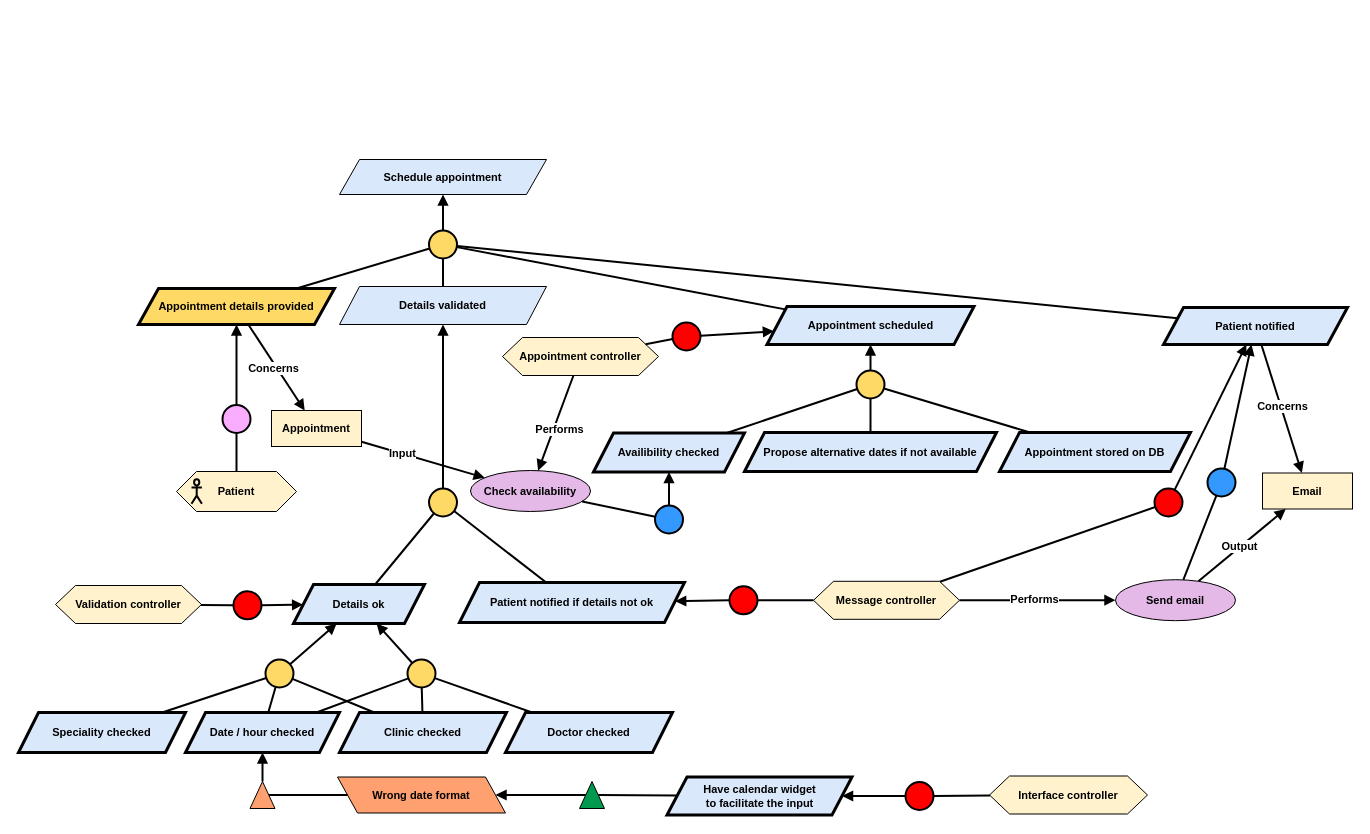
Earlier version of the draw.io diagram Kaos/KAOS 3.drawio (RafaelCMira/myclinic-msp-project). Source tidied: cells renumbered, new cells numbered last; positions are measured from the earlier drawing's top-left corner, leaving out a move shared by most shapes. Both pictures are drawn from the tidied source at 100%, with x=0, y=0 at pixel (18, 159).
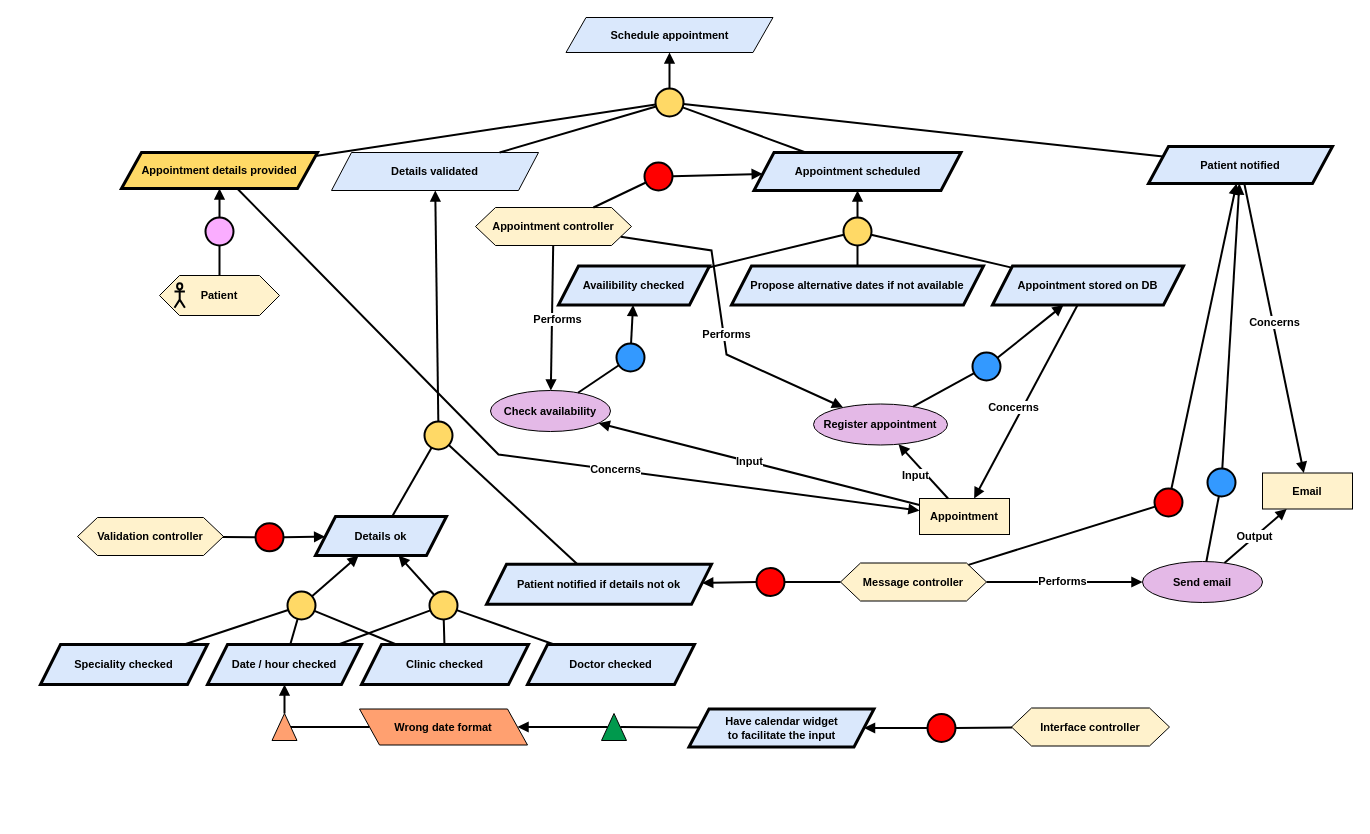
After the change.

Unchanged cells that the change refers to:
```xml
<mxCell id="69" style="endArrow=block;html=1;rounded=0;endFill=1;strokeWidth=2;" parent="1" edge="1" source="54" target="68">
  <mxGeometry relative="1" as="geometry" />
</mxCell>
<mxCell id="72" style="endArrow=block;html=1;rounded=0;endFill=1;strokeWidth=2;" parent="1" edge="1" source="71" target="68">
  <mxGeometry relative="1" as="geometry" />
</mxCell>
```

What changed in the source:
```diff
@@
     <mxCell id="2" value="Wrong date format" style="shape=parallelogram;perimeter=parallelogramPerimeter;whiteSpace=wrap;html=1;fixedSize=1;fillColor=#FFA070;fontStyle=1;fontFamily=Helvetica;fontSize=11;fontColor=default;labelBackgroundColor=none;flipH=1;flipV=0;" parent="1" vertex="1">
-      <mxGeometry x="319" y="617.5" width="168" height="36" as="geometry" />
+      <mxGeometry x="341" y="549.5" width="168" height="36" as="geometry" />
     </mxCell>
     <mxCell id="3" value="&lt;b&gt;Have calendar widget&lt;br&gt;to facilitate the input&lt;/b&gt;" style="shape=parallelogram;perimeter=parallelogramPerimeter;whiteSpace=wrap;html=1;fixedSize=1;fillColor=#dae8fc;strokeColor=#000000;fontFamily=Helvetica;fontSize=11;fontColor=default;labelBackgroundColor=none;strokeWidth=3;" parent="1" vertex="1">
-      <mxGeometry x="648.5" y="617.5" width="185" height="38" as="geometry" />
+      <mxGeometry x="670.5" y="549.5" width="185" height="38" as="geometry" />
     </mxCell>
     <mxCell id="4" value="&lt;div&gt;&lt;b&gt;Interface controller&lt;/b&gt;&lt;/div&gt;" style="shape=hexagon;perimeter=hexagonPerimeter2;whiteSpace=wrap;html=1;fixedSize=1;fillColor=#FFF2CC;fontFamily=Helvetica;fontSize=11;fontColor=default;labelBackgroundColor=none;" parent="1" vertex="1">
-      <mxGeometry x="971" y="616.5" width="158" height="38" as="geometry" />
+      <mxGeometry x="993" y="548.5" width="158" height="38" as="geometry" />
     </mxCell>
     <mxCell id="5" style="ellipse;whiteSpace=wrap;html=1;fillColor=#FF0000;strokeWidth=2;" parent="1" vertex="1">
-      <mxGeometry x="887" y="622.5" width="28" height="28" as="geometry" />
+      <mxGeometry x="909" y="554.5" width="28" height="28" as="geometry" />
     </mxCell>
@@
     <mxCell id="10" style="triangle;whiteSpace=wrap;html=1;rotation=-90;fillColor=#00994D;" parent="1" vertex="1">
-      <mxGeometry x="560" y="623" width="27" height="25" as="geometry" />
+      <mxGeometry x="582" y="555" width="27" height="25" as="geometry" />
     </mxCell>
     <mxCell id="11" value="&lt;b&gt;Schedule appointment&lt;/b&gt;" style="shape=parallelogram;perimeter=parallelogramPerimeter;whiteSpace=wrap;html=1;fixedSize=1;fillColor=#dae8fc;strokeColor=#000000;fontFamily=Helvetica;fontSize=11;fontColor=default;labelBackgroundColor=none;" parent="1" vertex="1">
-      <mxGeometry x="321" width="207" height="35" as="geometry" />
+      <mxGeometry x="547.5" y="-142" width="207" height="35" as="geometry" />
     </mxCell>
     <mxCell id="12" style="ellipse;whiteSpace=wrap;html=1;fillColor=#FFD966;strokeWidth=2;" parent="1" vertex="1">
-      <mxGeometry x="410.5" y="71" width="28" height="28" as="geometry" />
+      <mxGeometry x="637" y="-71" width="28" height="28" as="geometry" />
     </mxCell>
@@
     <mxCell id="15" value="&lt;b&gt;Appointment details provided&lt;/b&gt;" style="shape=parallelogram;perimeter=parallelogramPerimeter;whiteSpace=wrap;html=1;fixedSize=1;fillColor=#FFD966;strokeColor=#000000;strokeWidth=3;fontFamily=Helvetica;fontSize=11;fontColor=default;labelBackgroundColor=none;" parent="1" vertex="1">
-      <mxGeometry x="120" y="129" width="196" height="36" as="geometry" />
+      <mxGeometry x="103" y="-7" width="196" height="36" as="geometry" />
     </mxCell>
     <mxCell id="16" value="&lt;b&gt;Details validated&lt;/b&gt;" style="shape=parallelogram;perimeter=parallelogramPerimeter;whiteSpace=wrap;html=1;fixedSize=1;fillColor=#dae8fc;strokeColor=#000000;fontFamily=Helvetica;fontSize=11;fontColor=default;labelBackgroundColor=none;" parent="1" vertex="1">
-      <mxGeometry x="321" y="127" width="207" height="38" as="geometry" />
+      <mxGeometry x="313" y="-7" width="207" height="38" as="geometry" />
     </mxCell>
     <mxCell id="17" style="ellipse;whiteSpace=wrap;html=1;fillColor=#FAADFF;strokeWidth=2;fontFamily=Helvetica;fontSize=11;fontColor=default;labelBackgroundColor=default;" parent="1" vertex="1">
-      <mxGeometry x="204" y="245.5" width="28" height="28" as="geometry" />
+      <mxGeometry x="187" y="58" width="28" height="28" as="geometry" />
     </mxCell>
@@
     <mxCell id="20" style="group;" parent="1" vertex="1">
-      <mxGeometry x="158" y="312" width="120" height="40" as="geometry" />
+      <mxGeometry x="141" y="116" width="120" height="40" as="geometry" />
     </mxCell>
@@
     <mxCell id="23" value="&lt;b&gt;Details ok&lt;/b&gt;" style="shape=parallelogram;perimeter=parallelogramPerimeter;whiteSpace=wrap;html=1;fixedSize=1;fillColor=#dae8fc;strokeColor=#000000;strokeWidth=3;fontFamily=Helvetica;fontSize=11;fontColor=default;labelBackgroundColor=none;" parent="1" vertex="1">
-      <mxGeometry x="275" y="425" width="131" height="39" as="geometry" />
+      <mxGeometry x="297" y="357" width="131" height="39" as="geometry" />
     </mxCell>
     <mxCell id="24" value="&lt;div&gt;&lt;b&gt;Validation controller&lt;/b&gt;&lt;/div&gt;" style="shape=hexagon;perimeter=hexagonPerimeter2;whiteSpace=wrap;html=1;fixedSize=1;fillColor=#FFF2CC;fontFamily=Helvetica;fontSize=11;fontColor=default;labelBackgroundColor=none;" parent="1" vertex="1">
-      <mxGeometry x="37" y="426" width="146" height="38" as="geometry" />
+      <mxGeometry x="59" y="358" width="146" height="38" as="geometry" />
     </mxCell>
     <mxCell id="25" style="ellipse;whiteSpace=wrap;html=1;fillColor=#FF0000;strokeWidth=2;" parent="1" vertex="1">
-      <mxGeometry x="215" y="431.8" width="28" height="28" as="geometry" />
+      <mxGeometry x="237" y="363.8" width="28" height="28" as="geometry" />
     </mxCell>
@@
     <mxCell id="28" value="&lt;b&gt;Patient notified if details not ok&lt;/b&gt;" style="shape=parallelogram;perimeter=parallelogramPerimeter;whiteSpace=wrap;html=1;fixedSize=1;fillColor=#dae8fc;strokeColor=#000000;strokeWidth=3;fontFamily=Helvetica;fontSize=11;fontColor=default;labelBackgroundColor=none;" parent="1" vertex="1">
-      <mxGeometry x="441" y="423" width="225" height="40" as="geometry" />
+      <mxGeometry x="468" y="404.8" width="225" height="40" as="geometry" />
     </mxCell>
     <mxCell id="29" style="ellipse;whiteSpace=wrap;html=1;fillColor=#FFD966;strokeWidth=2;" parent="1" vertex="1">
-      <mxGeometry x="410.5" y="329" width="28" height="28" as="geometry" />
+      <mxGeometry x="406" y="262" width="28" height="28" as="geometry" />
     </mxCell>
@@
     <mxCell id="33" value="&lt;b&gt;Date / hour checked&lt;/b&gt;" style="shape=parallelogram;perimeter=parallelogramPerimeter;whiteSpace=wrap;html=1;fixedSize=1;fillColor=#dae8fc;strokeColor=#000000;fontFamily=Helvetica;fontSize=11;fontColor=default;labelBackgroundColor=none;strokeWidth=3;" parent="1" vertex="1">
-      <mxGeometry x="167" y="553" width="154" height="40" as="geometry" />
+      <mxGeometry x="189" y="485" width="154" height="40" as="geometry" />
     </mxCell>
     <mxCell id="34" value="&lt;b&gt;Speciality checked&lt;/b&gt;" style="shape=parallelogram;perimeter=parallelogramPerimeter;whiteSpace=wrap;html=1;fixedSize=1;fillColor=#dae8fc;strokeColor=#000000;fontFamily=Helvetica;fontSize=11;fontColor=default;labelBackgroundColor=none;strokeWidth=3;" parent="1" vertex="1">
-      <mxGeometry y="553" width="167" height="40" as="geometry" />
+      <mxGeometry x="22" y="485" width="167" height="40" as="geometry" />
     </mxCell>
     <mxCell id="35" value="&lt;b&gt;Doctor checked&lt;/b&gt;" style="shape=parallelogram;perimeter=parallelogramPerimeter;whiteSpace=wrap;html=1;fixedSize=1;fillColor=#dae8fc;strokeColor=#000000;fontFamily=Helvetica;fontSize=11;fontColor=default;labelBackgroundColor=none;strokeWidth=3;" parent="1" vertex="1">
-      <mxGeometry x="487" y="553" width="167" height="40" as="geometry" />
+      <mxGeometry x="509" y="485" width="167" height="40" as="geometry" />
     </mxCell>
     <mxCell id="36" style="ellipse;whiteSpace=wrap;html=1;fillColor=#FFD966;strokeWidth=2;" parent="1" vertex="1">
-      <mxGeometry x="247" y="500" width="28" height="28" as="geometry" />
+      <mxGeometry x="269" y="432" width="28" height="28" as="geometry" />
     </mxCell>
@@
     <mxCell id="39" style="ellipse;whiteSpace=wrap;html=1;fillColor=#FFD966;strokeWidth=2;" parent="1" vertex="1">
-      <mxGeometry x="389" y="500" width="28" height="28" as="geometry" />
+      <mxGeometry x="411" y="432" width="28" height="28" as="geometry" />
     </mxCell>
@@
     <mxCell id="44" value="&lt;div&gt;&lt;b&gt;Message controller&lt;/b&gt;&lt;/div&gt;" style="shape=hexagon;perimeter=hexagonPerimeter2;whiteSpace=wrap;html=1;fixedSize=1;fillColor=#FFF2CC;fontFamily=Helvetica;fontSize=11;fontColor=default;labelBackgroundColor=none;" parent="1" vertex="1">
-      <mxGeometry x="795" y="421.8" width="146" height="38" as="geometry" />
+      <mxGeometry x="822" y="403.5" width="146" height="38" as="geometry" />
     </mxCell>
     <mxCell id="45" style="ellipse;whiteSpace=wrap;html=1;fillColor=#FF0000;strokeWidth=2;" parent="1" vertex="1">
-      <mxGeometry x="711" y="426.8" width="28" height="28" as="geometry" />
+      <mxGeometry x="738" y="408.5" width="28" height="28" as="geometry" />
     </mxCell>
@@
     <mxCell id="49" value="&lt;b&gt;Appointment scheduled&lt;/b&gt;" style="shape=parallelogram;perimeter=parallelogramPerimeter;whiteSpace=wrap;html=1;fixedSize=1;fillColor=#dae8fc;strokeColor=#000000;fontFamily=Helvetica;fontSize=11;fontColor=default;labelBackgroundColor=none;strokeWidth=3;" parent="1" vertex="1">
-      <mxGeometry x="748.5" y="147" width="207" height="38" as="geometry" />
+      <mxGeometry x="735.5" y="-7" width="207" height="38" as="geometry" />
     </mxCell>
     <mxCell id="50" value="&lt;b&gt;Availibility checked&lt;/b&gt;" style="shape=parallelogram;perimeter=parallelogramPerimeter;whiteSpace=wrap;html=1;fixedSize=1;fillColor=#dae8fc;strokeColor=#000000;strokeWidth=3;fontFamily=Helvetica;fontSize=11;fontColor=default;labelBackgroundColor=none;" parent="1" vertex="1">
-      <mxGeometry x="575" y="273.5" width="151" height="39" as="geometry" />
+      <mxGeometry x="540" y="106.5" width="151" height="39" as="geometry" />
     </mxCell>
     <mxCell id="51" style="ellipse;whiteSpace=wrap;html=1;fillColor=#FFD966;strokeWidth=2;" parent="1" vertex="1">
-      <mxGeometry x="838" y="211" width="28" height="28" as="geometry" />
+      <mxGeometry x="825" y="58" width="28" height="28" as="geometry" />
     </mxCell>
@@
     <mxCell id="54" value="&lt;div&gt;&lt;b&gt;Appointment controller&lt;/b&gt;&lt;/div&gt;" style="shape=hexagon;perimeter=hexagonPerimeter2;whiteSpace=wrap;html=1;fixedSize=1;fillColor=#FFF2CC;fontFamily=Helvetica;fontSize=11;fontColor=default;labelBackgroundColor=none;" parent="1" vertex="1">
-      <mxGeometry x="484" y="178" width="156" height="38" as="geometry" />
+      <mxGeometry x="457" y="48" width="156" height="38" as="geometry" />
     </mxCell>
     <mxCell id="55" value="&lt;b&gt;Appointment stored on DB&lt;/b&gt;" style="shape=parallelogram;perimeter=parallelogramPerimeter;whiteSpace=wrap;html=1;fixedSize=1;fillColor=#dae8fc;strokeColor=#000000;strokeWidth=3;fontFamily=Helvetica;fontSize=11;fontColor=default;labelBackgroundColor=none;" parent="1" vertex="1">
-      <mxGeometry x="981" y="273" width="191" height="39" as="geometry" />
+      <mxGeometry x="974" y="106.5" width="191" height="39" as="geometry" />
     </mxCell>
@@
     <mxCell id="57" value="&lt;b&gt;Patient notified&lt;/b&gt;" style="shape=parallelogram;perimeter=parallelogramPerimeter;whiteSpace=wrap;html=1;fixedSize=1;fillColor=#dae8fc;strokeColor=#000000;strokeWidth=3;fontFamily=Helvetica;fontSize=11;fontColor=default;labelBackgroundColor=none;" parent="1" vertex="1">
-      <mxGeometry x="1145" y="148" width="184" height="37" as="geometry" />
+      <mxGeometry x="1130" y="-13" width="184" height="37" as="geometry" />
     </mxCell>
@@
     <mxCell id="60" value="&lt;b&gt;Propose alternative dates if not available&lt;/b&gt;" style="shape=parallelogram;perimeter=parallelogramPerimeter;whiteSpace=wrap;html=1;fixedSize=1;fillColor=#dae8fc;strokeColor=#000000;strokeWidth=3;fontFamily=Helvetica;fontSize=11;fontColor=default;labelBackgroundColor=none;" parent="1" vertex="1">
-      <mxGeometry x="726" y="273" width="252" height="39" as="geometry" />
+      <mxGeometry x="713" y="106.5" width="252" height="39" as="geometry" />
     </mxCell>
@@
     <mxCell id="65" style="ellipse;whiteSpace=wrap;html=1;fillColor=#FF0000;strokeWidth=2;" parent="1" vertex="1">
-      <mxGeometry x="654" y="163" width="28" height="28" as="geometry" />
+      <mxGeometry x="626" y="3" width="28" height="28" as="geometry" />
     </mxCell>
@@
     <mxCell id="68" value="&lt;b&gt;Check availability&lt;/b&gt;" style="ellipse;whiteSpace=wrap;html=1;fillColor=#E4B9E7;strokeColor=#000000;fontFamily=Helvetica;fontSize=11;fontColor=default;labelBackgroundColor=none;" parent="1" vertex="1">
-      <mxGeometry x="452" y="311" width="120" height="41" as="geometry" />
+      <mxGeometry x="472" y="231" width="120" height="41" as="geometry" />
     </mxCell>
@@
     <mxCell id="70" value="&lt;b&gt;Performs&lt;/b&gt;" style="edgeLabel;html=1;align=center;verticalAlign=middle;" parent="69" vertex="1">
       <mxGeometry x="0.11" y="-1" relative="1" as="geometry">
-        <mxPoint x="6" y="1" as="offset" />
+        <mxPoint x="6" y="-6" as="offset" />
       </mxGeometry>
     </mxCell>
     <mxCell id="71" value="&lt;b&gt;Appointment&lt;/b&gt;" style="rounded=0;whiteSpace=wrap;html=1;fillColor=#FFF2CC;fontFamily=Helvetica;fontSize=11;fontColor=default;labelBackgroundColor=none;" parent="1" vertex="1">
-      <mxGeometry x="253" y="251" width="90" height="36" as="geometry" />
+      <mxGeometry x="901" y="339" width="90" height="36" as="geometry" />
     </mxCell>
@@
     <mxCell id="73" value="&lt;b&gt;Input&lt;/b&gt;" style="edgeLabel;html=1;align=center;verticalAlign=middle;" parent="72" vertex="1">
       <mxGeometry x="0.11" y="-1" relative="1" as="geometry">
-        <mxPoint x="-27" y="-10" as="offset" />
+        <mxPoint x="8" y="2" as="offset" />
       </mxGeometry>
     </mxCell>
     <mxCell id="74" style="endArrow=block;html=1;rounded=0;endFill=1;strokeWidth=2;" parent="1" edge="1" source="15" target="71">
-      <mxGeometry relative="1" as="geometry" />
+      <mxGeometry relative="1" as="geometry">
+        <Array as="points">
+          <mxPoint x="480" y="295" />
+        </Array>
+      </mxGeometry>
     </mxCell>
     <mxCell id="75" value="&lt;b&gt;Concerns&lt;/b&gt;" style="edgeLabel;html=1;align=center;verticalAlign=middle;" parent="74" vertex="1">
       <mxGeometry x="0.11" y="-1" relative="1" as="geometry">
-        <mxPoint x="-6" y="-5" as="offset" />
+        <mxPoint x="47" y="4" as="offset" />
       </mxGeometry>
     </mxCell>
     <mxCell id="76" style="ellipse;whiteSpace=wrap;html=1;fillColor=#3399FF;strokeWidth=2;" parent="1" vertex="1">
-      <mxGeometry x="636.5" y="346" width="28" height="28" as="geometry" />
+      <mxGeometry x="598" y="184" width="28" height="28" as="geometry" />
     </mxCell>
@@
     <mxCell id="82" value="&lt;b&gt;Send email&lt;/b&gt;" style="ellipse;whiteSpace=wrap;html=1;fillColor=#E4B9E7;strokeColor=#000000;fontFamily=Helvetica;fontSize=11;fontColor=default;labelBackgroundColor=none;" parent="1" vertex="1">
-      <mxGeometry x="1097" y="420.2" width="120" height="41" as="geometry" />
+      <mxGeometry x="1124" y="402" width="120" height="41" as="geometry" />
     </mxCell>
@@
     <mxCell id="90" value="&lt;b&gt;Clinic checked&lt;/b&gt;" style="shape=parallelogram;perimeter=parallelogramPerimeter;whiteSpace=wrap;html=1;fixedSize=1;fillColor=#dae8fc;strokeColor=#000000;fontFamily=Helvetica;fontSize=11;fontColor=default;labelBackgroundColor=none;strokeWidth=3;" parent="1" vertex="1">
-      <mxGeometry x="321" y="553" width="167" height="40" as="geometry" />
+      <mxGeometry x="343" y="485" width="167" height="40" as="geometry" />
     </mxCell>
@@
     <mxCell id="95" style="triangle;whiteSpace=wrap;html=1;rotation=-90;fillColor=#FFA070;" parent="1" vertex="1">
-      <mxGeometry x="230.5" y="623" width="27" height="25" as="geometry" />
+      <mxGeometry x="252.5" y="555" width="27" height="25" as="geometry" />
     </mxCell>
+    <mxCell id="96" style="endArrow=block;html=1;rounded=0;endFill=1;strokeWidth=2;" parent="1" edge="1" source="55" target="71">
+      <mxGeometry relative="1" as="geometry" />
+    </mxCell>
+    <mxCell id="97" value="&lt;b&gt;Concerns&lt;/b&gt;" style="edgeLabel;html=1;align=center;verticalAlign=middle;" parent="96" vertex="1">
+      <mxGeometry x="0.11" y="-1" relative="1" as="geometry">
+        <mxPoint x="-6" y="-5" as="offset" />
+      </mxGeometry>
+    </mxCell>
+    <mxCell id="98" value="&lt;b&gt;Register appointment&lt;/b&gt;" style="ellipse;whiteSpace=wrap;html=1;fillColor=#E4B9E7;strokeColor=#000000;fontFamily=Helvetica;fontSize=11;fontColor=default;labelBackgroundColor=none;" parent="1" vertex="1">
+      <mxGeometry x="795" y="244.5" width="134" height="41" as="geometry" />
+    </mxCell>
+    <mxCell id="99" style="ellipse;whiteSpace=wrap;html=1;fillColor=#3399FF;strokeWidth=2;" parent="1" vertex="1">
+      <mxGeometry x="954" y="193" width="28" height="28" as="geometry" />
+    </mxCell>
+    <mxCell id="100" style="endArrow=block;html=1;rounded=0;endFill=1;strokeWidth=2;" parent="1" edge="1" source="99" target="55">
+      <mxGeometry relative="1" as="geometry" />
+    </mxCell>
+    <mxCell id="101" style="endArrow=none;html=1;rounded=0;strokeWidth=2;" parent="1" edge="1" source="98" target="99">
+      <mxGeometry relative="1" as="geometry" />
+    </mxCell>
+    <mxCell id="102" style="endArrow=block;html=1;rounded=0;endFill=1;strokeWidth=2;" parent="1" edge="1" source="71" target="98">
+      <mxGeometry relative="1" as="geometry" />
+    </mxCell>
+    <mxCell id="103" value="&lt;b&gt;Input&lt;/b&gt;" style="edgeLabel;html=1;align=center;verticalAlign=middle;" parent="102" vertex="1">
+      <mxGeometry x="0.11" y="-1" relative="1" as="geometry">
+        <mxPoint x="-6" y="7" as="offset" />
+      </mxGeometry>
+    </mxCell>
+    <mxCell id="104" style="endArrow=block;html=1;rounded=0;endFill=1;strokeWidth=2;" parent="1" edge="1" source="54" target="98">
+      <mxGeometry relative="1" as="geometry">
+        <Array as="points">
+          <mxPoint x="693" y="91" />
+          <mxPoint x="708" y="195" />
+        </Array>
+      </mxGeometry>
+    </mxCell>
+    <mxCell id="105" value="&lt;b&gt;Performs&lt;/b&gt;" style="edgeLabel;html=1;align=center;verticalAlign=middle;" parent="104" vertex="1">
+      <mxGeometry x="0.11" y="-1" relative="1" as="geometry">
+        <mxPoint x="3" y="-4" as="offset" />
+      </mxGeometry>
+    </mxCell>
```
